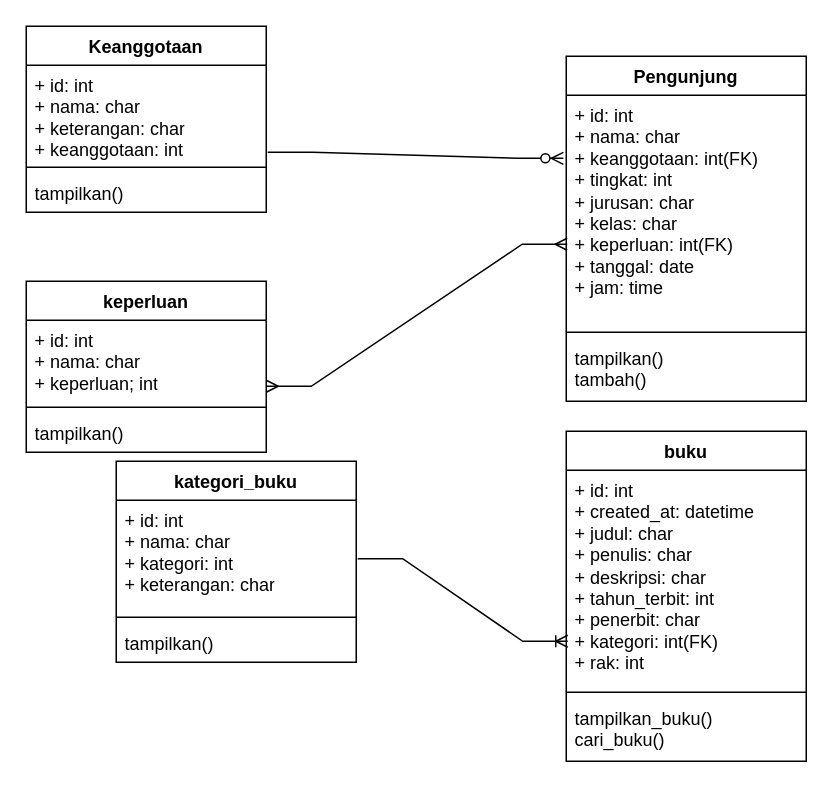
The draw.io diagram ClassDiagram-PerpusDigital.drawio in FahrulNa/tefa, before the edit. Source tidied: cells renumbered, new cells numbered last; positions are measured from the earlier drawing's top-left corner, leaving out a move shared by most shapes. Both pictures are drawn from the tidied source at 150%, with x=0, y=0 at pixel (26, 26).
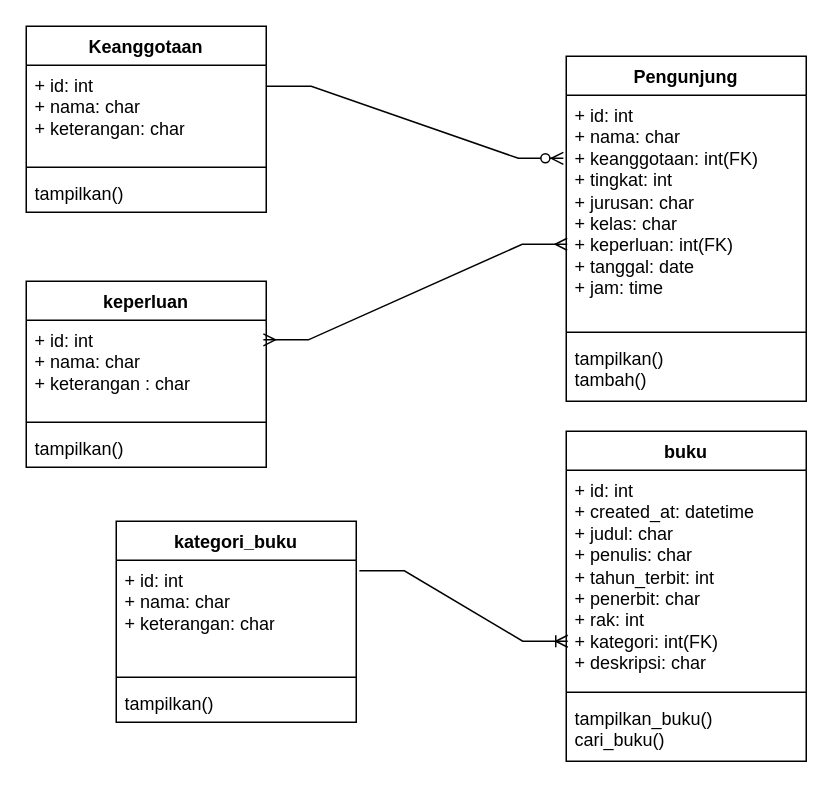
After the change.

Unchanged cells that the change refers to:
```xml
<mxCell id="3" value="+ id: int&lt;br&gt;+ nama: char&lt;br&gt;+ keanggotaan: int(FK)&lt;br&gt;+ tingkat: int&lt;br&gt;+ jurusan: char&lt;br&gt;+ kelas: char&lt;br&gt;+ keperluan: int(FK)&lt;br&gt;+ tanggal: date&lt;br&gt;+ jam: time" style="text;strokeColor=none;fillColor=none;align=left;verticalAlign=top;spacingLeft=4;spacingRight=4;overflow=hidden;points=[[0,0.5],[1,0.5]];portConstraint=eastwest;whiteSpace=wrap;html=1;" parent="2" vertex="1">
  <mxGeometry y="26" width="160" height="154" as="geometry" />
</mxCell>
<mxCell id="10" value="buku" style="swimlane;fontStyle=1;align=center;verticalAlign=top;horizontal=1;startSize=26;whiteSpace=wrap;html=1;" parent="1" vertex="1">
  <mxGeometry x="360" y="270" width="160" height="220" as="geometry" />
</mxCell>
<mxCell id="18" value="Keanggotaan" style="swimlane;fontStyle=1;align=center;verticalAlign=top;horizontal=1;startSize=26;whiteSpace=wrap;html=1;" parent="1" vertex="1">
  <mxGeometry width="160" height="124" as="geometry" />
</mxCell>
```

What changed in the source:
```diff
@@
     <mxCell id="6" value="kategori_buku" style="swimlane;fontStyle=1;align=center;verticalAlign=top;horizontal=1;startSize=26;whiteSpace=wrap;html=1;" parent="1" vertex="1">
-      <mxGeometry x="60" y="290" width="160" height="134" as="geometry" />
+      <mxGeometry x="60" y="330" width="160" height="134" as="geometry" />
     </mxCell>
-    <mxCell id="7" value="+ id: int&lt;br&gt;+ nama: char&lt;br&gt;+ kategori: int&lt;br&gt;+ keterangan: char" style="text;strokeColor=none;fillColor=none;align=left;verticalAlign=top;spacingLeft=4;spacingRight=4;overflow=hidden;points=[[0,0.5],[1,0.5]];portConstraint=eastwest;whiteSpace=wrap;html=1;" parent="6" vertex="1">
+    <mxCell id="7" value="+ id: int&lt;br&gt;+ nama: char&lt;br&gt;+ keterangan: char" style="text;strokeColor=none;fillColor=none;align=left;verticalAlign=top;spacingLeft=4;spacingRight=4;overflow=hidden;points=[[0,0.5],[1,0.5]];portConstraint=eastwest;whiteSpace=wrap;html=1;" parent="6" vertex="1">
       <mxGeometry y="26" width="160" height="74" as="geometry" />
     </mxCell>
@@
-    <mxCell id="11" value="+ id: int&lt;br&gt;+ created_at: datetime&lt;br&gt;+ judul: char&lt;br&gt;+ penulis: char&lt;br&gt;+ deskripsi: char&lt;br&gt;+ tahun_terbit: int&lt;br&gt;+ penerbit: char&lt;br&gt;+ kategori: int(FK)&lt;br&gt;+ rak: int" style="text;strokeColor=none;fillColor=none;align=left;verticalAlign=top;spacingLeft=4;spacingRight=4;overflow=hidden;whiteSpace=wrap;html=1;" parent="10" vertex="1">
+    <mxCell id="11" value="+ id: int&lt;br&gt;+ created_at: datetime&lt;br&gt;+ judul: char&lt;br&gt;+ penulis: char&lt;br&gt;+ tahun_terbit: int&lt;br&gt;+ penerbit: char&lt;br&gt;+ rak: int&lt;br&gt;+ kategori: int(FK)&lt;br&gt;+ deskripsi: char" style="text;strokeColor=none;fillColor=none;align=left;verticalAlign=top;spacingLeft=4;spacingRight=4;overflow=hidden;whiteSpace=wrap;html=1;" parent="10" vertex="1">
       <mxGeometry y="26" width="160" height="144" as="geometry" />
     </mxCell>
@@
     <mxCell id="14" value="keperluan" style="swimlane;fontStyle=1;align=center;verticalAlign=top;horizontal=1;startSize=26;whiteSpace=wrap;html=1;" parent="1" vertex="1">
-      <mxGeometry y="170" width="160" height="114" as="geometry" />
+      <mxGeometry y="170" width="160" height="124" as="geometry" />
     </mxCell>
-    <mxCell id="15" value="+ id: int&lt;br&gt;+ nama: char&lt;br&gt;+ keperluan; int" style="text;strokeColor=none;fillColor=none;align=left;verticalAlign=top;spacingLeft=4;spacingRight=4;overflow=hidden;points=[[0,0.5],[1,0.5]];portConstraint=eastwest;whiteSpace=wrap;html=1;" parent="14" vertex="1">
-      <mxGeometry y="26" width="160" height="54" as="geometry" />
+    <mxCell id="15" value="+ id: int&lt;br&gt;+ nama: char&lt;br&gt;+ keterangan : char" style="text;strokeColor=none;fillColor=none;align=left;verticalAlign=top;spacingLeft=4;spacingRight=4;overflow=hidden;points=[[0,0.5],[1,0.5]];portConstraint=eastwest;whiteSpace=wrap;html=1;" parent="14" vertex="1">
+      <mxGeometry y="26" width="160" height="64" as="geometry" />
     </mxCell>
     <mxCell id="16" style="line;strokeWidth=1;fillColor=none;align=left;verticalAlign=middle;spacingTop=-1;spacingLeft=3;spacingRight=3;labelPosition=right;strokeColor=inherit;" parent="14" vertex="1">
-      <mxGeometry y="80" width="160" height="8" as="geometry" />
+      <mxGeometry y="90" width="160" height="8" as="geometry" />
     </mxCell>
     <mxCell id="17" value="tampilkan()" style="text;strokeColor=none;fillColor=none;align=left;verticalAlign=top;spacingLeft=4;spacingRight=4;overflow=hidden;whiteSpace=wrap;html=1;" parent="14" vertex="1">
-      <mxGeometry y="88" width="160" height="26" as="geometry" />
+      <mxGeometry y="98" width="160" height="26" as="geometry" />
     </mxCell>
@@
-    <mxCell id="19" value="+ id: int&lt;br&gt;+ nama: char&lt;br&gt;+ keterangan: char&lt;br&gt;+ keanggotaan: int" style="text;strokeColor=none;fillColor=none;align=left;verticalAlign=top;spacingLeft=4;spacingRight=4;overflow=hidden;points=[[0,0.5],[1,0.5]];portConstraint=eastwest;whiteSpace=wrap;html=1;" parent="18" vertex="1">
+    <mxCell id="19" value="+ id: int&lt;br&gt;+ nama: char&lt;br&gt;+ keterangan: char" style="text;strokeColor=none;fillColor=none;align=left;verticalAlign=top;spacingLeft=4;spacingRight=4;overflow=hidden;points=[[0,0.5],[1,0.5]];portConstraint=eastwest;whiteSpace=wrap;html=1;" parent="18" vertex="1">
       <mxGeometry y="26" width="160" height="64" as="geometry" />
     </mxCell>
@@
-    <mxCell id="22" style="edgeStyle=entityRelationEdgeStyle;fontSize=12;html=1;endArrow=ERoneToMany;rounded=0;exitX=1.006;exitY=0.527;exitDx=0;exitDy=0;exitPerimeter=0;" parent="1" edge="1" source="7">
+    <mxCell id="22" style="edgeStyle=entityRelationEdgeStyle;fontSize=12;html=1;endArrow=ERoneToMany;rounded=0;exitX=1.013;exitY=0.095;exitDx=0;exitDy=0;exitPerimeter=0;" parent="1" edge="1" source="7">
       <mxGeometry relative="1" as="geometry">
         <mxPoint x="361" y="410" as="targetPoint" />
         <Array as="points">
           <mxPoint x="530" y="210" />
         </Array>
       </mxGeometry>
     </mxCell>
-    <mxCell id="23" style="edgeStyle=entityRelationEdgeStyle;fontSize=12;html=1;endArrow=ERmany;startArrow=ERmany;rounded=0;entryX=0.004;entryY=0.645;entryDx=0;entryDy=0;entryPerimeter=0;exitX=1;exitY=0.815;exitDx=0;exitDy=0;exitPerimeter=0;" parent="1" edge="1" source="15" target="3">
+    <mxCell id="23" style="edgeStyle=entityRelationEdgeStyle;fontSize=12;html=1;endArrow=ERmany;startArrow=ERmany;rounded=0;entryX=0.004;entryY=0.645;entryDx=0;entryDy=0;entryPerimeter=0;exitX=0.988;exitY=0.204;exitDx=0;exitDy=0;exitPerimeter=0;" parent="1" edge="1" source="15" target="3">
       <mxGeometry relative="1" as="geometry" />
     </mxCell>
-    <mxCell id="24" style="edgeStyle=entityRelationEdgeStyle;fontSize=12;html=1;endArrow=ERzeroToMany;endFill=1;rounded=0;entryX=-0.012;entryY=0.273;entryDx=0;entryDy=0;entryPerimeter=0;exitX=1.006;exitY=0.906;exitDx=0;exitDy=0;exitPerimeter=0;" parent="1" edge="1" source="19" target="3">
+    <mxCell id="24" style="edgeStyle=entityRelationEdgeStyle;fontSize=12;html=1;endArrow=ERzeroToMany;endFill=1;rounded=0;entryX=-0.012;entryY=0.273;entryDx=0;entryDy=0;entryPerimeter=0;exitX=1;exitY=0.219;exitDx=0;exitDy=0;exitPerimeter=0;" parent="1" edge="1" source="19" target="3">
       <mxGeometry relative="1" as="geometry" />
     </mxCell>
```
